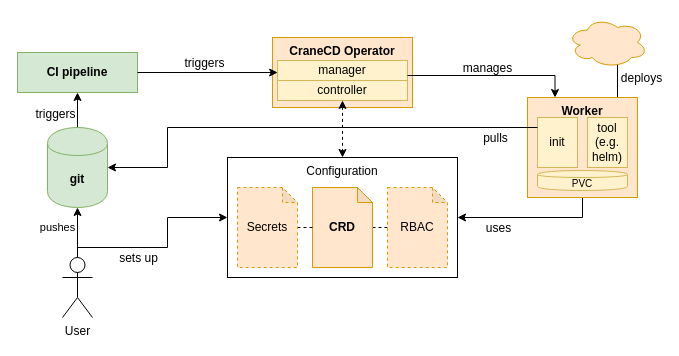
The draw.io diagram docs/overview.drawio in trevex/cranecd, before the edit. Source tidied: cells renumbered, new cells numbered last; positions are measured from the earlier drawing's top-left corner, leaving out a move shared by most shapes. Both pictures are drawn from the tidied source at 100%, with x=0, y=0 at pixel (17, 17).
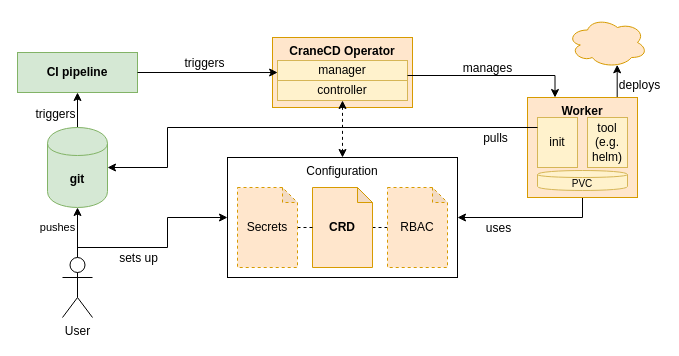
Above is the later version.

Commit message (it also covers changes not shown here):
Fix deploys arrow of worker in diagram

The change refers to these unchanged cells:
```xml
<mxCell id="21" value="Worker" style="rounded=0;whiteSpace=wrap;html=1;fillColor=#ffe6cc;strokeColor=#d79b00;fontStyle=1;verticalAlign=top;" parent="1" vertex="1">
  <mxGeometry x="510" y="80" width="110" height="100" as="geometry" />
</mxCell>
<mxCell id="23" style="ellipse;shape=cloud;whiteSpace=wrap;html=1;fillColor=#ffe6cc;strokeColor=#d79b00;" parent="1" vertex="1">
  <mxGeometry x="550" width="80" height="50" as="geometry" />
</mxCell>
```

Diff of the diagram source:
```diff
@@
-    <mxCell id="19" style="edgeStyle=orthogonalEdgeStyle;rounded=0;jettySize=auto;html=1;exitX=0.75;exitY=0;exitDx=0;exitDy=0;startArrow=none;startFill=0;endArrow=classic;endFill=1;" parent="1" edge="1" source="21">
+    <mxCell id="19" style="edgeStyle=orthogonalEdgeStyle;rounded=0;jettySize=auto;html=1;exitX=0.75;exitY=0;exitDx=0;exitDy=0;startArrow=none;startFill=0;endArrow=classic;endFill=1;entryX=0.621;entryY=0.946;entryDx=0;entryDy=0;entryPerimeter=0;" parent="1" edge="1" source="21" target="23">
       <mxGeometry relative="1" as="geometry">
-        <mxPoint x="600" y="20" as="targetPoint" />
         <Array as="points">
           <mxPoint x="593" y="90" />
           <mxPoint x="600" y="90" />
         </Array>
       </mxGeometry>
     </mxCell>
     <mxCell id="20" value="deploys" style="text;html=1;align=center;verticalAlign=middle;" parent="19" vertex="1">
       <mxGeometry x="-0.22" y="-1" relative="1" as="geometry">
-        <mxPoint x="22" y="-13.3" as="offset" />
+        <mxPoint x="21.3" y="-16.9" as="offset" />
       </mxGeometry>
     </mxCell>
```
